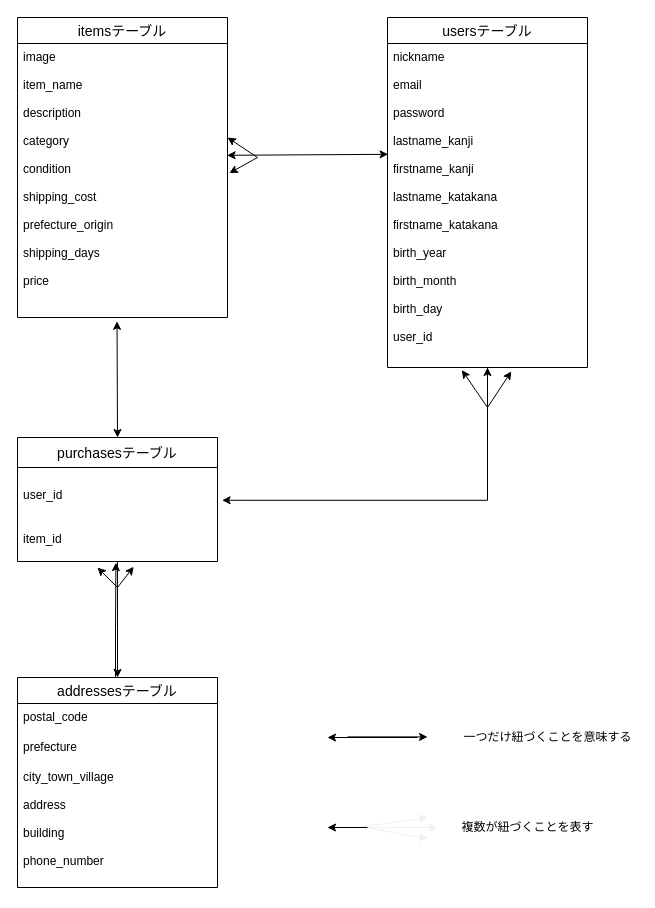
This is table.dio from javelin-ken/furima-34869, a draw.io file, before an edit. Source tidied: cells renumbered, new cells numbered last; positions are measured from the earlier drawing's top-left corner, leaving out a move shared by most shapes. Both pictures are drawn from the tidied source at 100%, with x=0, y=0 at pixel (17, 17).
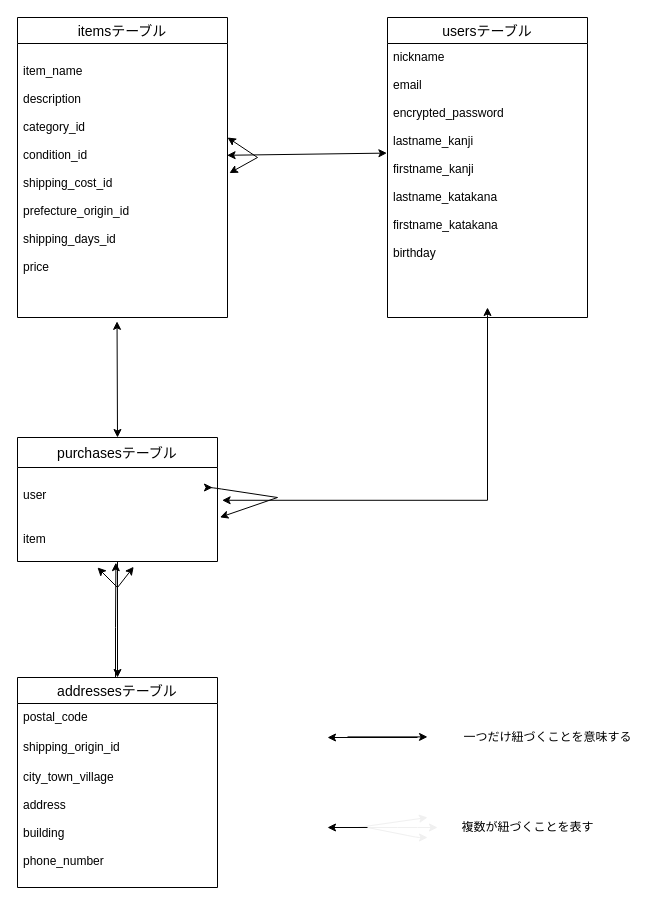
The same page after the edit.

The change refers to these unchanged cells:
```xml
<mxCell id="5" value="itemsテーブル" style="swimlane;fontStyle=0;horizontal=1;startSize=26;align=center;fontSize=14;" parent="1" vertex="1">
  <mxGeometry width="210" height="300" as="geometry" />
</mxCell>
<mxCell id="8" value="purchasesテーブル" style="swimlane;fontStyle=0;horizontal=1;startSize=30;align=center;fontSize=14;" parent="1" vertex="1">
  <mxGeometry y="420" width="200" height="124" as="geometry" />
</mxCell>
<mxCell id="12" value="addressesテーブル" style="swimlane;fontStyle=0;horizontal=1;startSize=26;align=center;fontSize=14;" parent="1" vertex="1">
  <mxGeometry y="660" width="200" height="210" as="geometry" />
</mxCell>
```

What changed in the source:
```diff
@@
     <mxCell id="3" value="usersテーブル" style="swimlane;fontStyle=0;horizontal=1;startSize=26;align=center;fontSize=14;" parent="1" vertex="1">
-      <mxGeometry x="370" width="200" height="350" as="geometry" />
+      <mxGeometry x="370" width="200" height="300" as="geometry" />
     </mxCell>
-    <mxCell id="4" value="nickname&#10;&#10;email&#10;&#10;password&#10;&#10;lastname_kanji&#10;&#10;firstname_kanji&#10;&#10;lastname_katakana&#10;&#10;firstname_katakana&#10;&#10;birth_year&#10;&#10;birth_month&#10;&#10;birth_day&#10;&#10;user_id&#10;" style="text;strokeColor=none;fillColor=none;spacingLeft=4;spacingRight=4;overflow=hidden;points=[[0,0.5],[1,0.5]];portConstraint=eastwest;fontSize=12;" parent="3" vertex="1">
-      <mxGeometry y="26" width="200" height="324" as="geometry" />
+    <mxCell id="4" value="nickname&#10;&#10;email&#10;&#10;encrypted_password&#10;&#10;lastname_kanji&#10;&#10;firstname_kanji&#10;&#10;lastname_katakana&#10;&#10;firstname_katakana&#10;&#10;birthday&#10;&#10;&#10;" style="text;strokeColor=none;fillColor=none;spacingLeft=4;spacingRight=4;overflow=hidden;points=[[0,0.5],[1,0.5]];portConstraint=eastwest;fontSize=12;" parent="3" vertex="1">
+      <mxGeometry y="26" width="200" height="274" as="geometry" />
     </mxCell>
@@
-    <mxCell id="6" value="image&#10;&#10;item_name&#10;&#10;description&#10;&#10;category&#10;&#10;condition&#10;&#10;shipping_cost&#10;&#10;prefecture_origin&#10;&#10;shipping_days&#10;&#10;price&#10;" style="text;strokeColor=none;fillColor=none;spacingLeft=4;spacingRight=4;overflow=hidden;points=[[0,0.5],[1,0.5]];portConstraint=eastwest;fontSize=12;" parent="5" vertex="1">
+    <mxCell id="6" value="&#10;item_name&#10;&#10;description&#10;&#10;category_id&#10;&#10;condition_id&#10;&#10;shipping_cost_id&#10;&#10;prefecture_origin_id&#10;&#10;shipping_days_id&#10;&#10;price&#10;" style="text;strokeColor=none;fillColor=none;spacingLeft=4;spacingRight=4;overflow=hidden;points=[[0,0.5],[1,0.5]];portConstraint=eastwest;fontSize=12;" parent="5" vertex="1">
       <mxGeometry y="26" width="210" height="274" as="geometry" />
     </mxCell>
@@
-    <mxCell id="9" value="&#10;user_id" style="text;strokeColor=none;fillColor=none;spacingLeft=4;spacingRight=4;overflow=hidden;points=[[0,0.5],[1,0.5]];portConstraint=eastwest;fontSize=12;" parent="8" vertex="1">
+    <mxCell id="9" value="&#10;user" style="text;strokeColor=none;fillColor=none;spacingLeft=4;spacingRight=4;overflow=hidden;points=[[0,0.5],[1,0.5]];portConstraint=eastwest;fontSize=12;" parent="8" vertex="1">
       <mxGeometry y="30" width="200" height="44" as="geometry" />
     </mxCell>
-    <mxCell id="10" value="&#10;item_id" style="text;strokeColor=none;fillColor=none;spacingLeft=4;spacingRight=4;overflow=hidden;points=[[0,0.5],[1,0.5]];portConstraint=eastwest;fontSize=12;" parent="8" vertex="1">
+    <mxCell id="10" value="&#10;item" style="text;strokeColor=none;fillColor=none;spacingLeft=4;spacingRight=4;overflow=hidden;points=[[0,0.5],[1,0.5]];portConstraint=eastwest;fontSize=12;" parent="8" vertex="1">
       <mxGeometry y="74" width="200" height="50" as="geometry" />
     </mxCell>
@@
-    <mxCell id="14" value="prefecture" style="text;strokeColor=none;fillColor=none;spacingLeft=4;spacingRight=4;overflow=hidden;fontSize=12;" parent="12" vertex="1">
+    <mxCell id="14" value="shipping_origin_id" style="text;strokeColor=none;fillColor=none;spacingLeft=4;spacingRight=4;overflow=hidden;fontSize=12;" parent="12" vertex="1">
       <mxGeometry y="56" width="200" height="30" as="geometry" />
     </mxCell>
@@
     <mxCell id="26" style="endArrow=classic;html=1;" parent="1" edge="1">
       <mxGeometry relative="1" as="geometry">
         <mxPoint x="470" y="390" as="sourcePoint" />
-        <mxPoint x="470" y="350" as="targetPoint" />
+        <mxPoint x="470" y="290" as="targetPoint" />
         <Array as="points">
           <mxPoint x="470" y="350" />
+          <mxPoint x="470" y="300" />
         </Array>
       </mxGeometry>
     </mxCell>
-    <mxCell id="27" style="endArrow=classic;html=1;entryX=0.372;entryY=1.008;entryDx=0;entryDy=0;entryPerimeter=0;" parent="1" edge="1" target="4">
+    <mxCell id="27" style="endArrow=classic;html=1;" parent="1" edge="1">
       <mxGeometry relative="1" as="geometry">
-        <mxPoint x="470" y="390" as="sourcePoint" />
+        <mxPoint x="260" y="480" as="sourcePoint" />
+        <mxPoint x="195" y="470" as="targetPoint" />
+        <Array as="points">
+          <mxPoint x="194" y="470" />
+        </Array>
       </mxGeometry>
     </mxCell>
-    <mxCell id="28" style="endArrow=classic;html=1;entryX=0.619;entryY=1.012;entryDx=0;entryDy=0;entryPerimeter=0;" parent="1" edge="1" target="4">
+    <mxCell id="28" style="endArrow=classic;html=1;entryX=1.012;entryY=0.117;entryDx=0;entryDy=0;entryPerimeter=0;" parent="1" edge="1" target="10">
       <mxGeometry relative="1" as="geometry">
-        <mxPoint x="470" y="390" as="sourcePoint" />
+        <mxPoint x="260" y="480" as="sourcePoint" />
+        <Array as="points">
+          <mxPoint x="260" y="480" />
+        </Array>
       </mxGeometry>
     </mxCell>
@@
-    <mxCell id="30" style="endArrow=classic;startArrow=classic;html=1;exitX=0.998;exitY=0.408;exitDx=0;exitDy=0;exitPerimeter=0;entryX=0.003;entryY=0.342;entryDx=0;entryDy=0;entryPerimeter=0;" parent="1" edge="1" source="6" target="4">
+    <mxCell id="30" style="endArrow=classic;startArrow=classic;html=1;exitX=0.998;exitY=0.408;exitDx=0;exitDy=0;exitPerimeter=0;entryX=-0.003;entryY=0.4;entryDx=0;entryDy=0;entryPerimeter=0;" parent="1" edge="1" source="6" target="4">
       <mxGeometry relative="1" as="geometry" />
     </mxCell>
```
